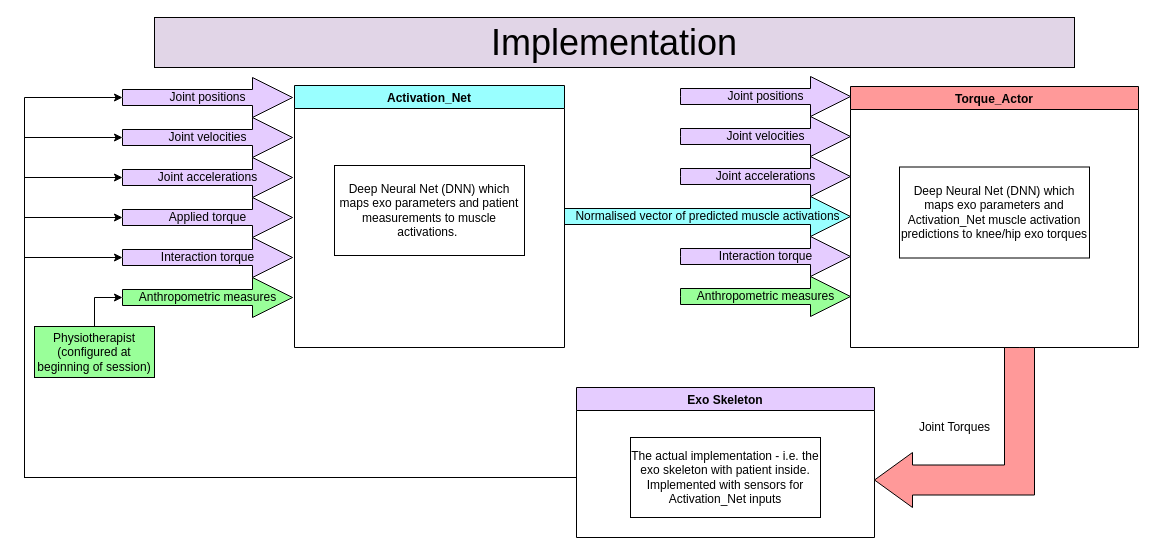
Earlier version of the draw.io diagram Exo_Net.drawio (LeoCain/MASS_EXO). Source tidied: cells renumbered, new cells numbered last; positions are measured from the earlier drawing's top-left corner, leaving out a move shared by most shapes. Both pictures are drawn from the tidied source at 100%, with x=0, y=0 at pixel (24, 17).
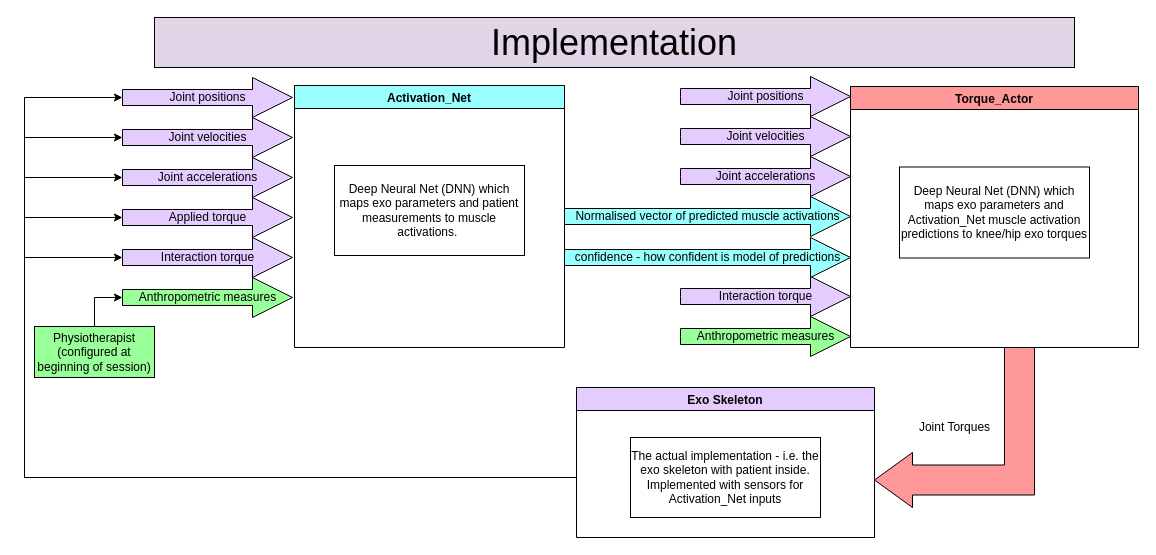
The same page after the edit.

Commit message:
confidence output added

Diff of the diagram source:
```diff
@@
     <mxCell id="21" value="Interaction torque" style="html=1;shadow=0;dashed=0;align=center;verticalAlign=middle;shape=mxgraph.arrows2.arrow;dy=0.6;dx=40;notch=0;fillColor=#E5CCFF;" parent="1" vertex="1">
-      <mxGeometry x="656" y="219" width="170" height="40" as="geometry" />
+      <mxGeometry x="656" y="259" width="170" height="40" as="geometry" />
     </mxCell>
     <mxCell id="22" value="Anthropometric measures" style="html=1;shadow=0;dashed=0;align=center;verticalAlign=middle;shape=mxgraph.arrows2.arrow;dy=0.6;dx=40;notch=0;fillColor=#99FF99;" parent="1" vertex="1">
-      <mxGeometry x="656" y="259" width="170" height="40" as="geometry" />
+      <mxGeometry x="656" y="299" width="170" height="40" as="geometry" />
     </mxCell>
@@
+    <mxCell id="29" value="confidence - how confident is model of predictions" style="html=1;shadow=0;dashed=0;align=center;verticalAlign=middle;shape=mxgraph.arrows2.arrow;dy=0.6;dx=40;notch=0;fillColor=#99FFFF;" parent="1" vertex="1">
+      <mxGeometry x="540" y="220" width="286" height="40" as="geometry" />
+    </mxCell>
```
